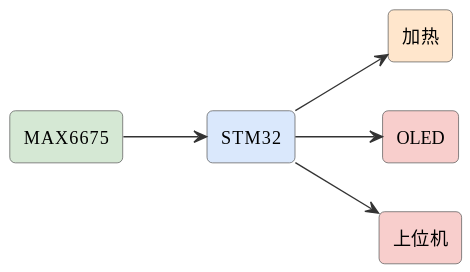
The PlantUML diagram assets/diagrams/ideas-fig71.svg in mingyi0818/IntelligentMcuCourse, before a commit.
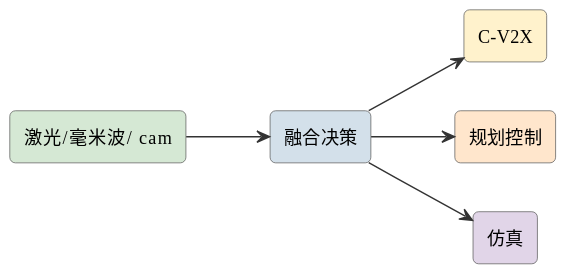
After the change.

Diff of the diagram source:
```diff
@@ -6,13 +6,13 @@
 skinparam arrowFontSize 11
 skinparam arrowColor #333
 left to right direction
-rectangle "MAX6675" as tc #d5e8d4
-rectangle "STM32" as stm #dae8fc
-rectangle "加热" as heat #ffe6cc
-rectangle "OLED" as oled #f8cecc
-rectangle "上位机" as pc #f8cecc
-tc --> stm
-stm --> heat
-stm --> oled
-stm --> pc
+rectangle "激光/毫米波/ cam" as s #d5e8d4
+rectangle "融合决策" as fusion #d3e0ea
+rectangle "C-V2X" as v2x #fff2cc
+rectangle "规划控制" as ctrl #ffe6cc
+rectangle "仿真" as sim #e1d5e8
+s --> fusion
+fusion --> v2x
+fusion --> ctrl
+fusion --> sim
 @enduml
```
